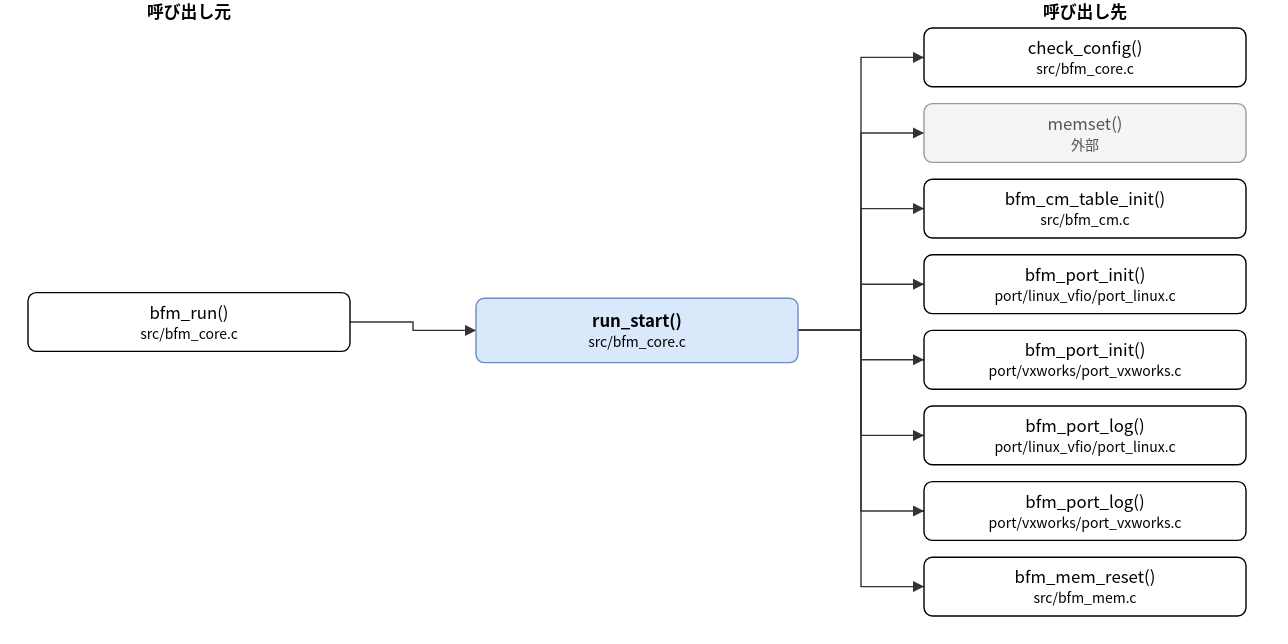
Before: doc/spec/images/call_src_bfm_core-run_start.drawio.svg, a diagram exported from draw.io (hf355051012-ai/bfmem). Source tidied: cells renumbered, new cells last; positions are measured from the earlier drawing's top-left corner, leaving out a move shared by most shapes.
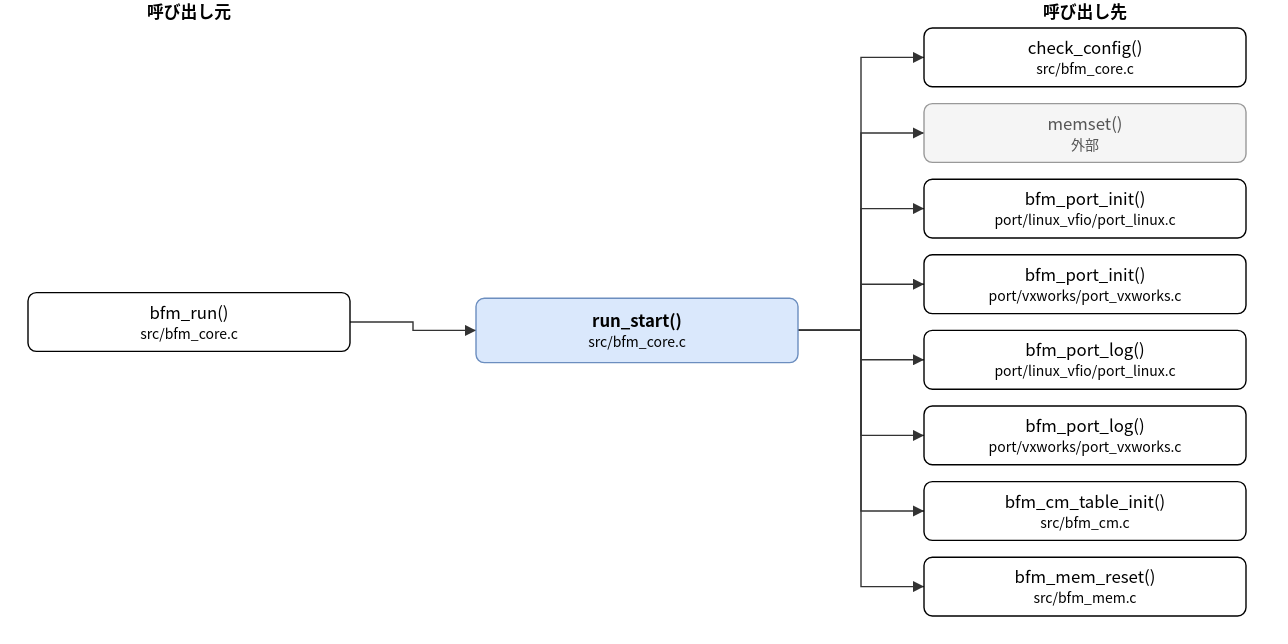
After the commit.

What changed in the source:
```diff
@@ -14,19 +14,19 @@
     <mxCell id="5" value="memset()&lt;br&gt;&lt;font style=&quot;font-size:10px&quot;&gt;外部&lt;/font&gt;" style="rounded=1;whiteSpace=wrap;html=1;fillColor=#f5f5f5;strokeColor=#999999;fontColor=#555555;" parent="1" vertex="1">
       <mxGeometry x="640" y="74" width="230" height="42" as="geometry" />
     </mxCell>
-    <mxCell id="6" value="bfm_cm_table_init()&lt;br&gt;&lt;font style=&quot;font-size:10px&quot;&gt;src/bfm_cm.c&lt;/font&gt;" style="rounded=1;whiteSpace=wrap;html=1;" parent="1" vertex="1">
+    <mxCell id="6" value="bfm_port_init()&lt;br&gt;&lt;font style=&quot;font-size:10px&quot;&gt;port/linux_vfio/port_linux.c&lt;/font&gt;" style="rounded=1;whiteSpace=wrap;html=1;" parent="1" vertex="1">
       <mxGeometry x="640" y="128" width="230" height="42" as="geometry" />
     </mxCell>
-    <mxCell id="7" value="bfm_port_init()&lt;br&gt;&lt;font style=&quot;font-size:10px&quot;&gt;port/linux_vfio/port_linux.c&lt;/font&gt;" style="rounded=1;whiteSpace=wrap;html=1;" parent="1" vertex="1">
+    <mxCell id="7" value="bfm_port_init()&lt;br&gt;&lt;font style=&quot;font-size:10px&quot;&gt;port/vxworks/port_vxworks.c&lt;/font&gt;" style="rounded=1;whiteSpace=wrap;html=1;" parent="1" vertex="1">
       <mxGeometry x="640" y="182" width="230" height="42" as="geometry" />
     </mxCell>
-    <mxCell id="8" value="bfm_port_init()&lt;br&gt;&lt;font style=&quot;font-size:10px&quot;&gt;port/vxworks/port_vxworks.c&lt;/font&gt;" style="rounded=1;whiteSpace=wrap;html=1;" parent="1" vertex="1">
+    <mxCell id="8" value="bfm_port_log()&lt;br&gt;&lt;font style=&quot;font-size:10px&quot;&gt;port/linux_vfio/port_linux.c&lt;/font&gt;" style="rounded=1;whiteSpace=wrap;html=1;" parent="1" vertex="1">
       <mxGeometry x="640" y="236" width="230" height="42" as="geometry" />
     </mxCell>
-    <mxCell id="9" value="bfm_port_log()&lt;br&gt;&lt;font style=&quot;font-size:10px&quot;&gt;port/linux_vfio/port_linux.c&lt;/font&gt;" style="rounded=1;whiteSpace=wrap;html=1;" parent="1" vertex="1">
+    <mxCell id="9" value="bfm_port_log()&lt;br&gt;&lt;font style=&quot;font-size:10px&quot;&gt;port/vxworks/port_vxworks.c&lt;/font&gt;" style="rounded=1;whiteSpace=wrap;html=1;" parent="1" vertex="1">
       <mxGeometry x="640" y="290" width="230" height="42" as="geometry" />
     </mxCell>
-    <mxCell id="10" value="bfm_port_log()&lt;br&gt;&lt;font style=&quot;font-size:10px&quot;&gt;port/vxworks/port_vxworks.c&lt;/font&gt;" style="rounded=1;whiteSpace=wrap;html=1;" parent="1" vertex="1">
+    <mxCell id="10" value="bfm_cm_table_init()&lt;br&gt;&lt;font style=&quot;font-size:10px&quot;&gt;src/bfm_cm.c&lt;/font&gt;" style="rounded=1;whiteSpace=wrap;html=1;" parent="1" vertex="1">
       <mxGeometry x="640" y="344" width="230" height="42" as="geometry" />
     </mxCell>
     <mxCell id="11" value="bfm_mem_reset()&lt;br&gt;&lt;font style=&quot;font-size:10px&quot;&gt;src/bfm_mem.c&lt;/font&gt;" style="rounded=1;whiteSpace=wrap;html=1;" parent="1" vertex="1">
```
